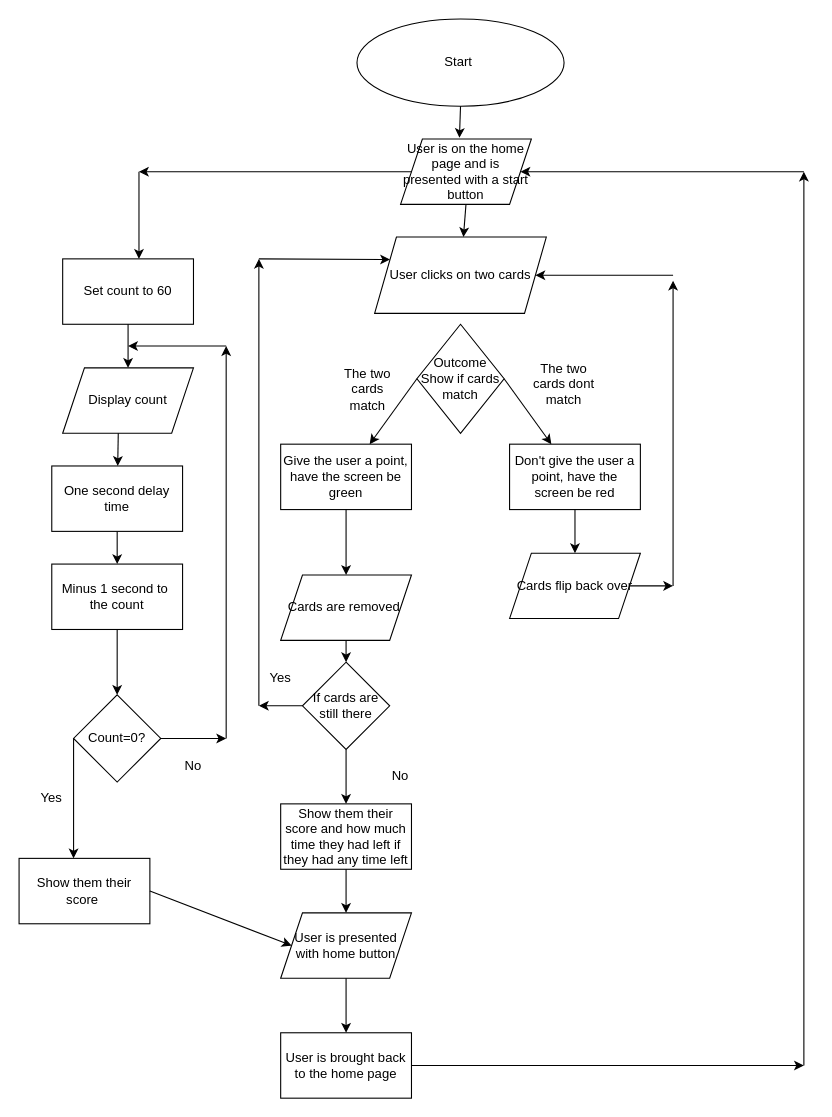
Before: createtask.drawio in staten-island-tech/create-task-Ucheong, a draw.io diagram. Source tidied: cells renumbered, new cells numbered last; positions are measured from the earlier drawing's top-left corner, leaving out a move shared by most shapes. Both pictures are drawn from the tidied source at 109%, with x=0, y=0 at pixel (19, 19).
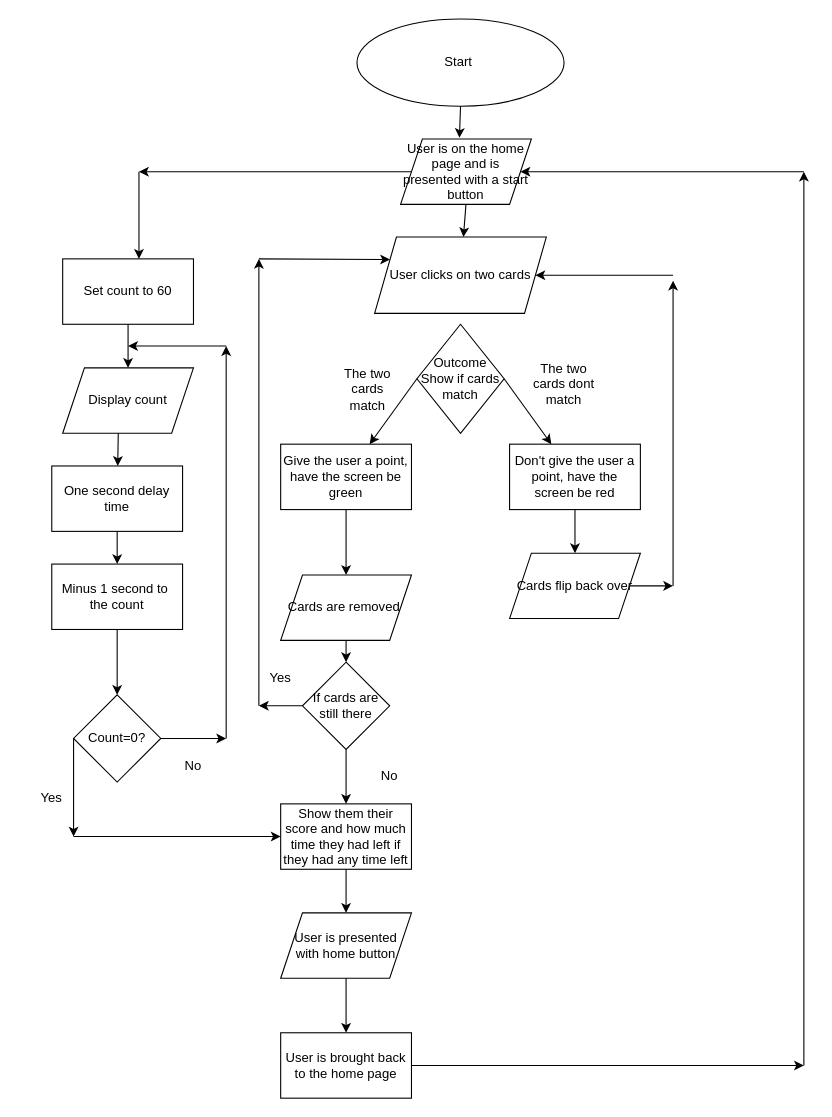
The same diagram, later.

Unchanged cells that the change refers to:
```xml
<mxCell id="23" value="Count=0?" style="rhombus;whiteSpace=wrap;html=1;" parent="1" vertex="1">
  <mxGeometry x="50" y="620" width="80" height="80" as="geometry" />
</mxCell>
<mxCell id="40" value="Show them their score and how much time they had left if they had any time left" style="rounded=0;whiteSpace=wrap;html=1;" parent="1" vertex="1">
  <mxGeometry x="240" y="720" width="120" height="60" as="geometry" />
</mxCell>
<mxCell id="42" value="User is presented with home button" style="shape=parallelogram;perimeter=parallelogramPerimeter;whiteSpace=wrap;html=1;fixedSize=1;" parent="1" vertex="1">
  <mxGeometry x="240" y="820" width="120" height="60" as="geometry" />
</mxCell>
```

What changed in the source:
```diff
@@
     <mxCell id="28" style="endArrow=classic;html=1;rounded=0;exitX=0;exitY=0.5;exitDx=0;exitDy=0;" parent="1" edge="1" source="23">
       <mxGeometry relative="1" as="geometry">
-        <mxPoint x="50" y="770" as="targetPoint" />
+        <mxPoint x="50" y="750" as="targetPoint" />
       </mxGeometry>
     </mxCell>
@@
     <mxCell id="39" value="No" style="text;html=1;strokeColor=none;fillColor=none;align=center;verticalAlign=middle;whiteSpace=wrap;rounded=0;" parent="1" vertex="1">
-      <mxGeometry x="320" y="680" width="60" height="30" as="geometry" />
+      <mxGeometry x="310" y="680" width="60" height="30" as="geometry" />
     </mxCell>
@@
-    <mxCell id="41" value="Show them their score&amp;nbsp;" style="rounded=0;whiteSpace=wrap;html=1;" parent="1" vertex="1">
-      <mxGeometry y="770" width="120" height="60" as="geometry" />
-    </mxCell>
@@
-    <mxCell id="52" style="endArrow=classic;html=1;rounded=0;exitX=1;exitY=0.5;exitDx=0;exitDy=0;entryX=0;entryY=0.5;entryDx=0;entryDy=0;" parent="1" edge="1" source="41" target="42">
-      <mxGeometry relative="1" as="geometry" />
-    </mxCell>
@@
+    <mxCell id="56" style="endArrow=classic;html=1;rounded=0;" parent="1" edge="1" target="40">
+      <mxGeometry relative="1" as="geometry">
+        <mxPoint x="50" y="750" as="sourcePoint" />
+      </mxGeometry>
+    </mxCell>
```
